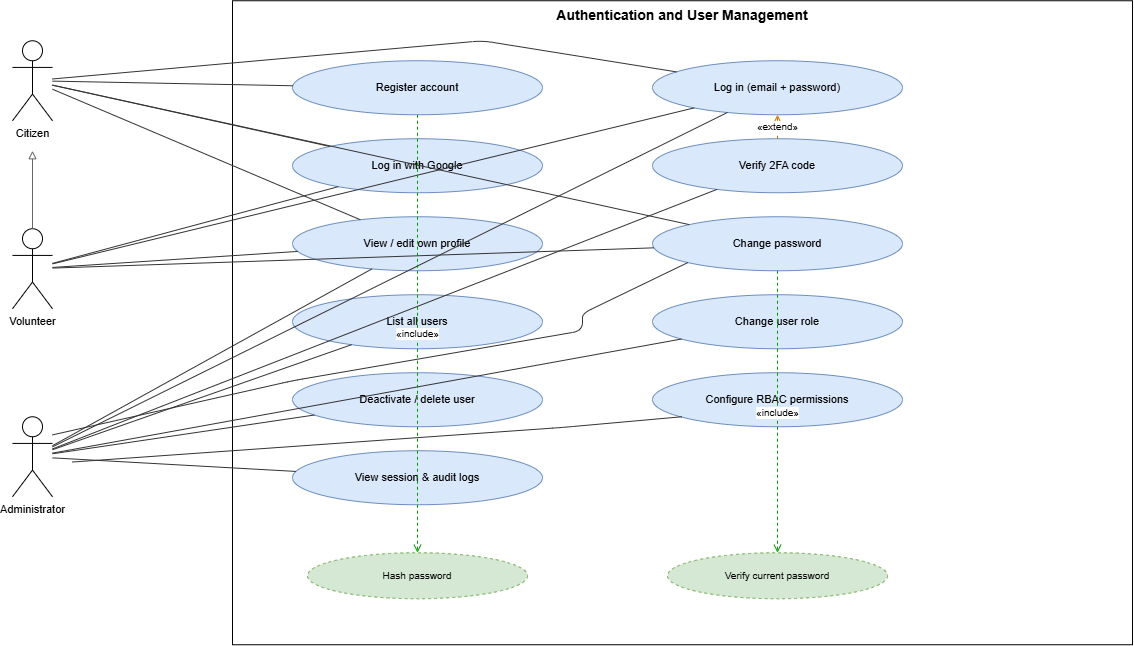
Earlier version of the draw.io export research-report-source/diagrams/pngs/Figure_4.3_UseCase_Authentication_and_User_Management.drawio.png (DeshanDV1003/Suraksha---Web-App). Source tidied: cells renumbered, new cells last; positions are measured from the earlier drawing's top-left corner, leaving out a move shared by most shapes.
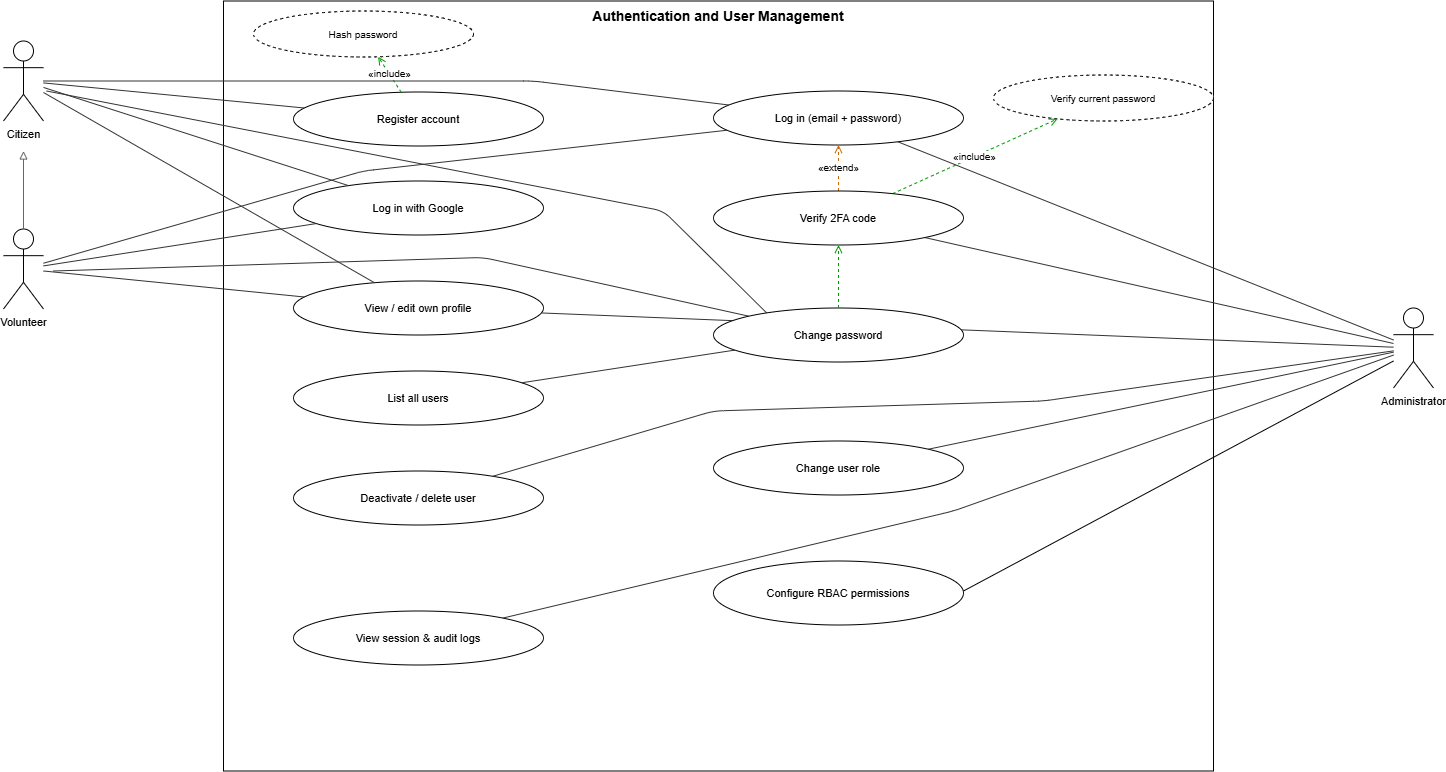
Above is the later version.

The edit, as a diff of the source:
```diff
@@ -3,46 +3,40 @@
     <mxCell id="0" />
     <mxCell id="1" parent="0" />
     <mxCell id="2" value="Authentication and User Management" style="rounded=0;whiteSpace=wrap;html=1;verticalAlign=top;fontStyle=1;fontSize=14;fillColor=none;strokeColor=#000000;" parent="1" vertex="1">
-      <mxGeometry x="220" width="900" height="644" as="geometry" />
+      <mxGeometry x="220" width="990" height="770" as="geometry" />
     </mxCell>
-    <mxCell id="3" value="Register account" style="ellipse;whiteSpace=wrap;html=1;fillColor=#dae8fc;strokeColor=#6c8ebf;fontSize=11;" parent="1" vertex="1">
-      <mxGeometry x="280" y="60" width="250" height="54" as="geometry" />
+    <mxCell id="3" value="Register account" style="ellipse;whiteSpace=wrap;html=1;fontSize=11;" parent="1" vertex="1">
+      <mxGeometry x="290" y="91" width="250" height="54" as="geometry" />
     </mxCell>
-    <mxCell id="4" value="Log in (email + password)" style="ellipse;whiteSpace=wrap;html=1;fillColor=#dae8fc;strokeColor=#6c8ebf;fontSize=11;" parent="1" vertex="1">
-      <mxGeometry x="640" y="60" width="250" height="54" as="geometry" />
+    <mxCell id="4" value="Log in (email + password)" style="ellipse;whiteSpace=wrap;html=1;fontSize=11;" parent="1" vertex="1">
+      <mxGeometry x="710" y="90" width="250" height="54" as="geometry" />
     </mxCell>
-    <mxCell id="5" value="Log in with Google" style="ellipse;whiteSpace=wrap;html=1;fillColor=#dae8fc;strokeColor=#6c8ebf;fontSize=11;" parent="1" vertex="1">
-      <mxGeometry x="280" y="138" width="250" height="54" as="geometry" />
+    <mxCell id="5" value="Log in with Google" style="ellipse;whiteSpace=wrap;html=1;fontSize=11;" parent="1" vertex="1">
+      <mxGeometry x="290" y="180" width="250" height="54" as="geometry" />
     </mxCell>
-    <mxCell id="6" value="Verify 2FA code" style="ellipse;whiteSpace=wrap;html=1;fillColor=#dae8fc;strokeColor=#6c8ebf;fontSize=11;" parent="1" vertex="1">
-      <mxGeometry x="640" y="138" width="250" height="54" as="geometry" />
-    </mxCell>
-    <mxCell id="7" value="View / edit own profile" style="ellipse;whiteSpace=wrap;html=1;fillColor=#dae8fc;strokeColor=#6c8ebf;fontSize=11;" parent="1" vertex="1">
-      <mxGeometry x="280" y="216" width="250" height="54" as="geometry" />
+    <mxCell id="7" value="View / edit own profile" style="ellipse;whiteSpace=wrap;html=1;fontSize=11;" parent="1" vertex="1">
+      <mxGeometry x="290" y="280" width="250" height="54" as="geometry" />
     </mxCell>
-    <mxCell id="8" value="Change password" style="ellipse;whiteSpace=wrap;html=1;fillColor=#dae8fc;strokeColor=#6c8ebf;fontSize=11;" parent="1" vertex="1">
-      <mxGeometry x="640" y="216" width="250" height="54" as="geometry" />
-    </mxCell>
-    <mxCell id="9" value="List all users" style="ellipse;whiteSpace=wrap;html=1;fillColor=#dae8fc;strokeColor=#6c8ebf;fontSize=11;" parent="1" vertex="1">
-      <mxGeometry x="280" y="294" width="250" height="54" as="geometry" />
+    <mxCell id="9" value="List all users" style="ellipse;whiteSpace=wrap;html=1;fontSize=11;" parent="1" vertex="1">
+      <mxGeometry x="290" y="370" width="250" height="54" as="geometry" />
     </mxCell>
-    <mxCell id="10" value="Change user role" style="ellipse;whiteSpace=wrap;html=1;fillColor=#dae8fc;strokeColor=#6c8ebf;fontSize=11;" parent="1" vertex="1">
-      <mxGeometry x="640" y="294" width="250" height="54" as="geometry" />
+    <mxCell id="10" value="Change user role" style="ellipse;whiteSpace=wrap;html=1;fontSize=11;" parent="1" vertex="1">
+      <mxGeometry x="710" y="440" width="250" height="54" as="geometry" />
     </mxCell>
-    <mxCell id="11" value="Deactivate / delete user" style="ellipse;whiteSpace=wrap;html=1;fillColor=#dae8fc;strokeColor=#6c8ebf;fontSize=11;" parent="1" vertex="1">
-      <mxGeometry x="280" y="372" width="250" height="54" as="geometry" />
+    <mxCell id="11" value="Deactivate / delete user" style="ellipse;whiteSpace=wrap;html=1;fontSize=11;" parent="1" vertex="1">
+      <mxGeometry x="290" y="470" width="250" height="54" as="geometry" />
     </mxCell>
-    <mxCell id="12" value="Configure RBAC permissions" style="ellipse;whiteSpace=wrap;html=1;fillColor=#dae8fc;strokeColor=#6c8ebf;fontSize=11;" parent="1" vertex="1">
-      <mxGeometry x="640" y="372" width="250" height="54" as="geometry" />
+    <mxCell id="12" value="Configure RBAC permissions" style="ellipse;whiteSpace=wrap;html=1;fontSize=11;" parent="1" vertex="1">
+      <mxGeometry x="710" y="560" width="250" height="64" as="geometry" />
     </mxCell>
-    <mxCell id="13" value="View session &amp; audit logs" style="ellipse;whiteSpace=wrap;html=1;fillColor=#dae8fc;strokeColor=#6c8ebf;fontSize=11;" parent="1" vertex="1">
-      <mxGeometry x="280" y="450" width="250" height="54" as="geometry" />
+    <mxCell id="13" value="View session &amp; audit logs" style="ellipse;whiteSpace=wrap;html=1;fontSize=11;" parent="1" vertex="1">
+      <mxGeometry x="290" y="610" width="250" height="54" as="geometry" />
     </mxCell>
-    <mxCell id="14" value="Hash password" style="ellipse;whiteSpace=wrap;html=1;fillColor=#d5e8d4;strokeColor=#82b366;dashed=1;fontSize=10;" parent="1" vertex="1">
-      <mxGeometry x="295" y="552" width="220" height="46" as="geometry" />
+    <mxCell id="14" value="Hash password" style="ellipse;whiteSpace=wrap;html=1;dashed=1;fontSize=10;" parent="1" vertex="1">
+      <mxGeometry x="250" y="10" width="220" height="46" as="geometry" />
     </mxCell>
-    <mxCell id="15" value="Verify current password" style="ellipse;whiteSpace=wrap;html=1;fillColor=#d5e8d4;strokeColor=#82b366;dashed=1;fontSize=10;" parent="1" vertex="1">
-      <mxGeometry x="655" y="552" width="220" height="46" as="geometry" />
+    <mxCell id="15" value="Verify current password" style="ellipse;whiteSpace=wrap;html=1;dashed=1;fontSize=10;" parent="1" vertex="1">
+      <mxGeometry x="990" y="74" width="220" height="46" as="geometry" />
     </mxCell>
     <mxCell id="16" value="Citizen" style="shape=umlActor;verticalLabelPosition=bottom;verticalAlign=top;html=1;outlineConnect=0;fontSize=11;" parent="1" vertex="1">
       <mxGeometry y="40" width="40" height="80" as="geometry" />
@@ -51,7 +45,7 @@
       <mxGeometry y="228" width="40" height="80" as="geometry" />
     </mxCell>
     <mxCell id="18" value="Administrator" style="shape=umlActor;verticalLabelPosition=bottom;verticalAlign=top;html=1;outlineConnect=0;fontSize=11;" parent="1" vertex="1">
-      <mxGeometry y="416" width="40" height="80" as="geometry" />
+      <mxGeometry x="1390" y="307" width="40" height="80" as="geometry" />
     </mxCell>
     <mxCell id="19" style="endArrow=block;endFill=0;html=1;strokeColor=#666666;" parent="1" edge="1" source="17">
       <mxGeometry relative="1" as="geometry">
@@ -64,12 +58,16 @@
     <mxCell id="21" style="endArrow=none;html=1;strokeColor=#333333;" parent="1" edge="1" source="16" target="4">
       <mxGeometry relative="1" as="geometry">
         <Array as="points">
-          <mxPoint x="470" y="40" />
+          <mxPoint x="530" y="80" />
         </Array>
       </mxGeometry>
     </mxCell>
     <mxCell id="22" style="endArrow=none;html=1;strokeColor=#333333;" parent="1" edge="1" source="17" target="4">
-      <mxGeometry relative="1" as="geometry" />
+      <mxGeometry relative="1" as="geometry">
+        <Array as="points">
+          <mxPoint x="360" y="170" />
+        </Array>
+      </mxGeometry>
     </mxCell>
     <mxCell id="23" style="endArrow=none;html=1;strokeColor=#333333;" parent="1" edge="1" source="18" target="4">
       <mxGeometry relative="1" as="geometry" />
@@ -92,51 +90,67 @@
     <mxCell id="29" style="endArrow=none;html=1;strokeColor=#333333;" parent="1" edge="1" source="18" target="7">
       <mxGeometry relative="1" as="geometry" />
     </mxCell>
-    <mxCell id="30" style="endArrow=none;html=1;strokeColor=#333333;" parent="1" edge="1" source="16" target="8">
-      <mxGeometry relative="1" as="geometry" />
+    <mxCell id="30" style="endArrow=none;html=1;strokeColor=#333333;" parent="1" edge="1">
+      <mxGeometry relative="1" as="geometry">
+        <mxPoint x="43.1" y="90" as="sourcePoint" />
+        <mxPoint x="766.9" y="315.6" as="targetPoint" />
+        <Array as="points">
+          <mxPoint x="660" y="210" />
+        </Array>
+      </mxGeometry>
     </mxCell>
-    <mxCell id="31" style="endArrow=none;html=1;strokeColor=#333333;" parent="1" edge="1" source="17" target="8">
-      <mxGeometry relative="1" as="geometry" />
+    <mxCell id="31" style="endArrow=none;html=1;strokeColor=#333333;entryX=0;entryY=0;entryDx=0;entryDy=0;" parent="1" edge="1" target="8">
+      <mxGeometry relative="1" as="geometry">
+        <mxPoint x="50" y="270" as="sourcePoint" />
+        <Array as="points">
+          <mxPoint x="479.6" y="256.4" />
+        </Array>
+      </mxGeometry>
     </mxCell>
-    <mxCell id="32" style="endArrow=none;html=1;strokeColor=#333333;entryX=0;entryY=1;entryDx=0;entryDy=0;" parent="1" edge="1" target="8">
-      <mxGeometry relative="1" as="geometry">
-        <mxPoint x="40" y="434.1" as="sourcePoint" />
-        <Array as="points">
-          <mxPoint x="280" y="380" />
-          <mxPoint x="570" y="330" />
-          <mxPoint x="570" y="312.7" />
-        </Array>
-      </mxGeometry>
-    </mxCell>
-    <mxCell id="33" style="endArrow=none;html=1;strokeColor=#333333;" parent="1" edge="1" source="18" target="9">
+    <mxCell id="33" style="endArrow=none;html=1;strokeColor=#333333;" parent="1" edge="1" source="8" target="9">
       <mxGeometry relative="1" as="geometry" />
     </mxCell>
     <mxCell id="34" style="endArrow=none;html=1;strokeColor=#333333;" parent="1" edge="1" source="18" target="10">
       <mxGeometry relative="1" as="geometry" />
     </mxCell>
     <mxCell id="35" style="endArrow=none;html=1;strokeColor=#333333;" parent="1" edge="1" source="18" target="11">
-      <mxGeometry relative="1" as="geometry" />
+      <mxGeometry relative="1" as="geometry">
+        <Array as="points">
+          <mxPoint x="1040" y="400" />
+          <mxPoint x="710" y="410" />
+        </Array>
+      </mxGeometry>
     </mxCell>
-    <mxCell id="36" style="endArrow=none;html=1;strokeColor=#333333;" parent="1" edge="1">
-      <mxGeometry relative="1" as="geometry">
-        <mxPoint x="60" y="461.3" as="sourcePoint" />
-        <mxPoint x="669.5" y="416" as="targetPoint" />
-        <Array as="points">
-          <mxPoint x="550" y="426.7" />
-        </Array>
-      </mxGeometry>
-    </mxCell>
     <mxCell id="37" style="endArrow=none;html=1;strokeColor=#333333;" parent="1" edge="1" source="18" target="13">
-      <mxGeometry relative="1" as="geometry" />
+      <mxGeometry relative="1" as="geometry">
+        <Array as="points">
+          <mxPoint x="950" y="510" />
+        </Array>
+      </mxGeometry>
     </mxCell>
     <mxCell id="38" value="«include»" style="endArrow=open;endFill=0;html=1;dashed=1;fontSize=10;strokeColor=#009900;" parent="1" edge="1" source="3" target="14">
       <mxGeometry relative="1" as="geometry" />
     </mxCell>
-    <mxCell id="39" value="«include»" style="endArrow=open;endFill=0;html=1;dashed=1;fontSize=10;strokeColor=#009900;" parent="1" edge="1" source="8" target="15">
+    <mxCell id="39" value="«include»" style="endArrow=open;endFill=0;html=1;dashed=1;fontSize=10;strokeColor=#009900;" parent="1" edge="1" source="6" target="15">
       <mxGeometry relative="1" as="geometry" />
     </mxCell>
     <mxCell id="40" value="«extend»" style="endArrow=open;endFill=0;html=1;dashed=1;fontSize=10;strokeColor=#cc6600;" parent="1" edge="1" source="6" target="4">
       <mxGeometry relative="1" as="geometry" />
     </mxCell>
+    <mxCell id="8" value="Change password" style="ellipse;whiteSpace=wrap;html=1;fontSize=11;" parent="1" vertex="1">
+      <mxGeometry x="710" y="307" width="250" height="54" as="geometry" />
+    </mxCell>
+    <mxCell id="41" style="endArrow=open;endFill=0;html=1;dashed=1;fontSize=10;strokeColor=#009900;" parent="1" edge="1" source="8" target="6">
+      <mxGeometry relative="1" as="geometry" />
+    </mxCell>
+    <mxCell id="6" value="Verify 2FA code" style="ellipse;whiteSpace=wrap;html=1;fontSize=11;" parent="1" vertex="1">
+      <mxGeometry x="710" y="190" width="250" height="54" as="geometry" />
+    </mxCell>
+    <mxCell id="42" style="endArrow=none;html=1;rounded=0;" parent="1" edge="1">
+      <mxGeometry relative="1" as="geometry">
+        <mxPoint x="960" y="590" as="sourcePoint" />
+        <mxPoint x="1390" y="360" as="targetPoint" />
+      </mxGeometry>
+    </mxCell>
   </root>
 </mxGraphModel>
```
